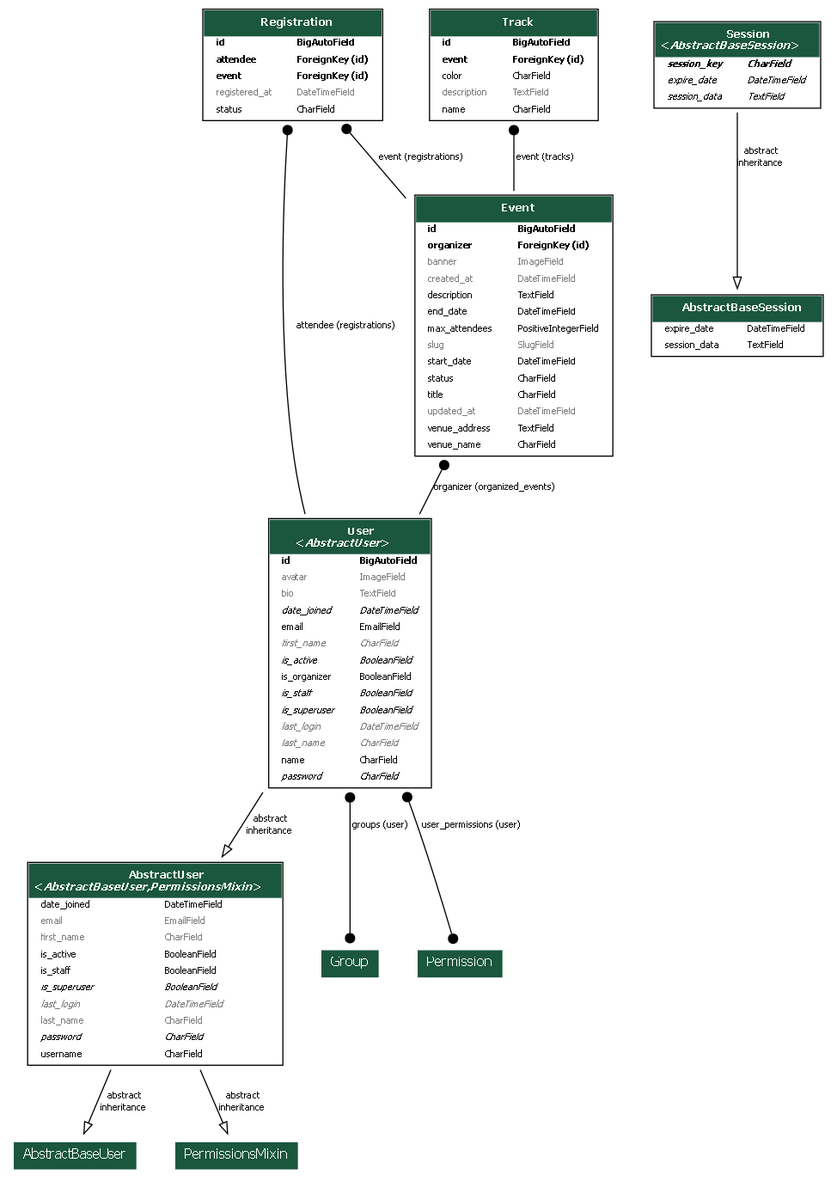
Earlier version of the Graphviz export docs/erd.png (SkyRavenS1lver/django_technical_test). Its source is kept beside it as docs/erd.dot. The source it was exported from:
```dot
digraph model_graph {

  fontname = "Roboto"
  fontsize = 8
  splines  = true
  rankdir = "TB"


  node [
    fontname = "Roboto"
    fontsize = 8
    shape = "plaintext"
  ]

  edge [
    fontname = "Roboto"
    fontsize = 8
  ]



  django_contrib_auth_models_AbstractUser [label=<
    <TABLE BGCOLOR="white" BORDER="1" CELLBORDER="0" CELLSPACING="0">
    <TR><TD COLSPAN="2" CELLPADDING="5" ALIGN="CENTER" BGCOLOR="#1b563f">
    <FONT FACE="Roboto" COLOR="white" POINT-SIZE="10"><B>
    AbstractUser<BR/>&lt;<FONT FACE="Roboto"><I>AbstractBaseUser,PermissionsMixin</I></FONT>&gt;
    </B></FONT></TD></TR>


    <TR><TD ALIGN="LEFT" BORDER="0">
    <FONT FACE="Roboto">date_joined</FONT>
    </TD><TD ALIGN="LEFT">
    <FONT FACE="Roboto">DateTimeField</FONT>
    </TD></TR>



    <TR><TD ALIGN="LEFT" BORDER="0">
    <FONT COLOR="#7B7B7B" FACE="Roboto">email</FONT>
    </TD><TD ALIGN="LEFT">
    <FONT COLOR="#7B7B7B" FACE="Roboto">EmailField</FONT>
    </TD></TR>



    <TR><TD ALIGN="LEFT" BORDER="0">
    <FONT COLOR="#7B7B7B" FACE="Roboto">first_name</FONT>
    </TD><TD ALIGN="LEFT">
    <FONT COLOR="#7B7B7B" FACE="Roboto">CharField</FONT>
    </TD></TR>



    <TR><TD ALIGN="LEFT" BORDER="0">
    <FONT FACE="Roboto">is_active</FONT>
    </TD><TD ALIGN="LEFT">
    <FONT FACE="Roboto">BooleanField</FONT>
    </TD></TR>



    <TR><TD ALIGN="LEFT" BORDER="0">
    <FONT FACE="Roboto">is_staff</FONT>
    </TD><TD ALIGN="LEFT">
    <FONT FACE="Roboto">BooleanField</FONT>
    </TD></TR>



    <TR><TD ALIGN="LEFT" BORDER="0">
    <FONT FACE="Roboto"><I>is_superuser</I></FONT>
    </TD><TD ALIGN="LEFT">
    <FONT FACE="Roboto"><I>BooleanField</I></FONT>
    </TD></TR>



    <TR><TD ALIGN="LEFT" BORDER="0">
    <FONT COLOR="#7B7B7B" FACE="Roboto"><I>last_login</I></FONT>
    </TD><TD ALIGN="LEFT">
    <FONT COLOR="#7B7B7B" FACE="Roboto"><I>DateTimeField</I></FONT>
    </TD></TR>



    <TR><TD ALIGN="LEFT" BORDER="0">
    <FONT COLOR="#7B7B7B" FACE="Roboto">last_name</FONT>
    </TD><TD ALIGN="LEFT">
    <FONT COLOR="#7B7B7B" FACE="Roboto">CharField</FONT>
    </TD></TR>



    <TR><TD ALIGN="LEFT" BORDER="0">
    <FONT FACE="Roboto"><I>password</I></FONT>
    </TD><TD ALIGN="LEFT">
    <FONT FACE="Roboto"><I>CharField</I></FONT>
    </TD></TR>



    <TR><TD ALIGN="LEFT" BORDER="0">
    <FONT FACE="Roboto">username</FONT>
    </TD><TD ALIGN="LEFT">
    <FONT FACE="Roboto">CharField</FONT>
    </TD></TR>


    </TABLE>
    >]

  app_accounts_models_User [label=<
    <TABLE BGCOLOR="white" BORDER="1" CELLBORDER="0" CELLSPACING="0">
    <TR><TD COLSPAN="2" CELLPADDING="5" ALIGN="CENTER" BGCOLOR="#1b563f">
    <FONT FACE="Roboto" COLOR="white" POINT-SIZE="10"><B>
    User<BR/>&lt;<FONT FACE="Roboto"><I>AbstractUser</I></FONT>&gt;
    </B></FONT></TD></TR>


    <TR><TD ALIGN="LEFT" BORDER="0">
    <FONT FACE="Roboto"><B>id</B></FONT>
    </TD><TD ALIGN="LEFT">
    <FONT FACE="Roboto"><B>BigAutoField</B></FONT>
    </TD></TR>



    <TR><TD ALIGN="LEFT" BORDER="0">
    <FONT COLOR="#7B7B7B" FACE="Roboto">avatar</FONT>
    </TD><TD ALIGN="LEFT">
    <FONT COLOR="#7B7B7B" FACE="Roboto">ImageField</FONT>
    </TD></TR>



    <TR><TD ALIGN="LEFT" BORDER="0">
    <FONT COLOR="#7B7B7B" FACE="Roboto">bio</FONT>
    </TD><TD ALIGN="LEFT">
    <FONT COLOR="#7B7B7B" FACE="Roboto">TextField</FONT>
    </TD></TR>



    <TR><TD ALIGN="LEFT" BORDER="0">
    <FONT FACE="Roboto"><I>date_joined</I></FONT>
    </TD><TD ALIGN="LEFT">
    <FONT FACE="Roboto"><I>DateTimeField</I></FONT>
    </TD></TR>



    <TR><TD ALIGN="LEFT" BORDER="0">
    <FONT FACE="Roboto">email</FONT>
    </TD><TD ALIGN="LEFT">
    <FONT FACE="Roboto">EmailField</FONT>
    </TD></TR>



    <TR><TD ALIGN="LEFT" BORDER="0">
    <FONT COLOR="#7B7B7B" FACE="Roboto"><I>first_name</I></FONT>
    </TD><TD ALIGN="LEFT">
    <FONT COLOR="#7B7B7B" FACE="Roboto"><I>CharField</I></FONT>
    </TD></TR>



    <TR><TD ALIGN="LEFT" BORDER="0">
    <FONT FACE="Roboto"><I>is_active</I></FONT>
    </TD><TD ALIGN="LEFT">
    <FONT FACE="Roboto"><I>BooleanField</I></FONT>
    </TD></TR>



    <TR><TD ALIGN="LEFT" BORDER="0">
    <FONT FACE="Roboto">is_organizer</FONT>
    </TD><TD ALIGN="LEFT">
    <FONT FACE="Roboto">BooleanField</FONT>
    </TD></TR>



    <TR><TD ALIGN="LEFT" BORDER="0">
    <FONT FACE="Roboto"><I>is_staff</I></FONT>
    </TD><TD ALIGN="LEFT">
    <FONT FACE="Roboto"><I>BooleanField</I></FONT>
    </TD></TR>



    <TR><TD ALIGN="LEFT" BORDER="0">
    <FONT FACE="Roboto"><I>is_superuser</I></FONT>
    </TD><TD ALIGN="LEFT">
    <FONT FACE="Roboto"><I>BooleanField</I></FONT>
    </TD></TR>



    <TR><TD ALIGN="LEFT" BORDER="0">
    <FONT COLOR="#7B7B7B" FACE="Roboto"><I>last_login</I></FONT>
    </TD><TD ALIGN="LEFT">
    <FONT COLOR="#7B7B7B" FACE="Roboto"><I>DateTimeField</I></FONT>
    </TD></TR>



    <TR><TD ALIGN="LEFT" BORDER="0">
    <FONT COLOR="#7B7B7B" FACE="Roboto"><I>last_name</I></FONT>
    </TD><TD ALIGN="LEFT">
    <FONT COLOR="#7B7B7B" FACE="Roboto"><I>CharField</I></FONT>
    </TD></TR>



    <TR><TD ALIGN="LEFT" BORDER="0">
    <FONT FACE="Roboto">name</FONT>
    </TD><TD ALIGN="LEFT">
    <FONT FACE="Roboto">CharField</FONT>
    </TD></TR>



    <TR><TD ALIGN="LEFT" BORDER="0">
    <FONT FACE="Roboto"><I>password</I></FONT>
    </TD><TD ALIGN="LEFT">
    <FONT FACE="Roboto"><I>CharField</I></FONT>
    </TD></TR>


    </TABLE>
    >]




  app_events_models_Event [label=<
    <TABLE BGCOLOR="white" BORDER="1" CELLBORDER="0" CELLSPACING="0">
    <TR><TD COLSPAN="2" CELLPADDING="5" ALIGN="CENTER" BGCOLOR="#1b563f">
    <FONT FACE="Roboto" COLOR="white" POINT-SIZE="10"><B>
    Event
    </B></FONT></TD></TR>


    <TR><TD ALIGN="LEFT" BORDER="0">
    <FONT FACE="Roboto"><B>id</B></FONT>
    </TD><TD ALIGN="LEFT">
    <FONT FACE="Roboto"><B>BigAutoField</B></FONT>
    </TD></TR>



    <TR><TD ALIGN="LEFT" BORDER="0">
    <FONT FACE="Roboto"><B>organizer</B></FONT>
    </TD><TD ALIGN="LEFT">
    <FONT FACE="Roboto"><B>ForeignKey (id)</B></FONT>
    </TD></TR>



    <TR><TD ALIGN="LEFT" BORDER="0">
    <FONT COLOR="#7B7B7B" FACE="Roboto">banner</FONT>
    </TD><TD ALIGN="LEFT">
    <FONT COLOR="#7B7B7B" FACE="Roboto">ImageField</FONT>
    </TD></TR>



    <TR><TD ALIGN="LEFT" BORDER="0">
    <FONT COLOR="#7B7B7B" FACE="Roboto">created_at</FONT>
    </TD><TD ALIGN="LEFT">
    <FONT COLOR="#7B7B7B" FACE="Roboto">DateTimeField</FONT>
    </TD></TR>



    <TR><TD ALIGN="LEFT" BORDER="0">
    <FONT FACE="Roboto">description</FONT>
    </TD><TD ALIGN="LEFT">
    <FONT FACE="Roboto">TextField</FONT>
    </TD></TR>



    <TR><TD ALIGN="LEFT" BORDER="0">
    <FONT FACE="Roboto">end_date</FONT>
    </TD><TD ALIGN="LEFT">
    <FONT FACE="Roboto">DateTimeField</FONT>
    </TD></TR>



    <TR><TD ALIGN="LEFT" BORDER="0">
    <FONT FACE="Roboto">max_attendees</FONT>
    </TD><TD ALIGN="LEFT">
    <FONT FACE="Roboto">PositiveIntegerField</FONT>
    </TD></TR>



    <TR><TD ALIGN="LEFT" BORDER="0">
    <FONT COLOR="#7B7B7B" FACE="Roboto">slug</FONT>
    </TD><TD ALIGN="LEFT">
    <FONT COLOR="#7B7B7B" FACE="Roboto">SlugField</FONT>
    </TD></TR>



    <TR><TD ALIGN="LEFT" BORDER="0">
    <FONT FACE="Roboto">start_date</FONT>
    </TD><TD ALIGN="LEFT">
    <FONT FACE="Roboto">DateTimeField</FONT>
    </TD></TR>



    <TR><TD ALIGN="LEFT" BORDER="0">
    <FONT FACE="Roboto">status</FONT>
    </TD><TD ALIGN="LEFT">
    <FONT FACE="Roboto">CharField</FONT>
    </TD></TR>



    <TR><TD ALIGN="LEFT" BORDER="0">
    <FONT FACE="Roboto">title</FONT>
    </TD><TD ALIGN="LEFT">
    <FONT FACE="Roboto">CharField</FONT>
    </TD></TR>



    <TR><TD ALIGN="LEFT" BORDER="0">
    <FONT COLOR="#7B7B7B" FACE="Roboto">updated_at</FONT>
    </TD><TD ALIGN="LEFT">
    <FONT COLOR="#7B7B7B" FACE="Roboto">DateTimeField</FONT>
    </TD></TR>



    <TR><TD ALIGN="LEFT" BORDER="0">
    <FONT FACE="Roboto">venue_address</FONT>
    </TD><TD ALIGN="LEFT">
    <FONT FACE="Roboto">TextField</FONT>
    </TD></TR>



    <TR><TD ALIGN="LEFT" BORDER="0">
    <FONT FACE="Roboto">venue_name</FONT>
    </TD><TD ALIGN="LEFT">
    <FONT FACE="Roboto">CharField</FONT>
    </TD></TR>


    </TABLE>
    >]




  app_registrations_models_Registration [label=<
    <TABLE BGCOLOR="white" BORDER="1" CELLBORDER="0" CELLSPACING="0">
    <TR><TD COLSPAN="2" CELLPADDING="5" ALIGN="CENTER" BGCOLOR="#1b563f">
    <FONT FACE="Roboto" COLOR="white" POINT-SIZE="10"><B>
    Registration
    </B></FONT></TD></TR>


    <TR><TD ALIGN="LEFT" BORDER="0">
    <FONT FACE="Roboto"><B>id</B></FONT>
    </TD><TD ALIGN="LEFT">
    <FONT FACE="Roboto"><B>BigAutoField</B></FONT>
    </TD></TR>



    <TR><TD ALIGN="LEFT" BORDER="0">
    <FONT FACE="Roboto"><B>attendee</B></FONT>
    </TD><TD ALIGN="LEFT">
    <FONT FACE="Roboto"><B>ForeignKey (id)</B></FONT>
    </TD></TR>



    <TR><TD ALIGN="LEFT" BORDER="0">
    <FONT FACE="Roboto"><B>event</B></FONT>
    </TD><TD ALIGN="LEFT">
    <FONT FACE="Roboto"><B>ForeignKey (id)</B></FONT>
    </TD></TR>



    <TR><TD ALIGN="LEFT" BORDER="0">
    <FONT COLOR="#7B7B7B" FACE="Roboto">registered_at</FONT>
    </TD><TD ALIGN="LEFT">
    <FONT COLOR="#7B7B7B" FACE="Roboto">DateTimeField</FONT>
    </TD></TR>



    <TR><TD ALIGN="LEFT" BORDER="0">
    <FONT FACE="Roboto">status</FONT>
    </TD><TD ALIGN="LEFT">
    <FONT FACE="Roboto">CharField</FONT>
    </TD></TR>


    </TABLE>
    >]




  django_contrib_sessions_base_session_AbstractBaseSession [label=<
    <TABLE BGCOLOR="white" BORDER="1" CELLBORDER="0" CELLSPACING="0">
    <TR><TD COLSPAN="2" CELLPADDING="5" ALIGN="CENTER" BGCOLOR="#1b563f">
    <FONT FACE="Roboto" COLOR="white" POINT-SIZE="10"><B>
    AbstractBaseSession
    </B></FONT></TD></TR>


    <TR><TD ALIGN="LEFT" BORDER="0">
    <FONT FACE="Roboto">expire_date</FONT>
    </TD><TD ALIGN="LEFT">
    <FONT FACE="Roboto">DateTimeField</FONT>
    </TD></TR>



    <TR><TD ALIGN="LEFT" BORDER="0">
    <FONT FACE="Roboto">session_data</FONT>
    </TD><TD ALIGN="LEFT">
    <FONT FACE="Roboto">TextField</FONT>
    </TD></TR>


    </TABLE>
    >]

  django_contrib_sessions_models_Session [label=<
    <TABLE BGCOLOR="white" BORDER="1" CELLBORDER="0" CELLSPACING="0">
    <TR><TD COLSPAN="2" CELLPADDING="5" ALIGN="CENTER" BGCOLOR="#1b563f">
    <FONT FACE="Roboto" COLOR="white" POINT-SIZE="10"><B>
    Session<BR/>&lt;<FONT FACE="Roboto"><I>AbstractBaseSession</I></FONT>&gt;
    </B></FONT></TD></TR>


    <TR><TD ALIGN="LEFT" BORDER="0">
    <FONT FACE="Roboto"><I><B>session_key</B></I></FONT>
    </TD><TD ALIGN="LEFT">
    <FONT FACE="Roboto"><I><B>CharField</B></I></FONT>
    </TD></TR>



    <TR><TD ALIGN="LEFT" BORDER="0">
    <FONT FACE="Roboto"><I>expire_date</I></FONT>
    </TD><TD ALIGN="LEFT">
    <FONT FACE="Roboto"><I>DateTimeField</I></FONT>
    </TD></TR>



    <TR><TD ALIGN="LEFT" BORDER="0">
    <FONT FACE="Roboto"><I>session_data</I></FONT>
    </TD><TD ALIGN="LEFT">
    <FONT FACE="Roboto"><I>TextField</I></FONT>
    </TD></TR>


    </TABLE>
    >]




  app_tracks_models_Track [label=<
    <TABLE BGCOLOR="white" BORDER="1" CELLBORDER="0" CELLSPACING="0">
    <TR><TD COLSPAN="2" CELLPADDING="5" ALIGN="CENTER" BGCOLOR="#1b563f">
    <FONT FACE="Roboto" COLOR="white" POINT-SIZE="10"><B>
    Track
    </B></FONT></TD></TR>


    <TR><TD ALIGN="LEFT" BORDER="0">
    <FONT FACE="Roboto"><B>id</B></FONT>
    </TD><TD ALIGN="LEFT">
    <FONT FACE="Roboto"><B>BigAutoField</B></FONT>
    </TD></TR>



    <TR><TD ALIGN="LEFT" BORDER="0">
    <FONT FACE="Roboto"><B>event</B></FONT>
    </TD><TD ALIGN="LEFT">
    <FONT FACE="Roboto"><B>ForeignKey (id)</B></FONT>
    </TD></TR>



    <TR><TD ALIGN="LEFT" BORDER="0">
    <FONT FACE="Roboto">color</FONT>
    </TD><TD ALIGN="LEFT">
    <FONT FACE="Roboto">CharField</FONT>
    </TD></TR>



    <TR><TD ALIGN="LEFT" BORDER="0">
    <FONT COLOR="#7B7B7B" FACE="Roboto">description</FONT>
    </TD><TD ALIGN="LEFT">
    <FONT COLOR="#7B7B7B" FACE="Roboto">TextField</FONT>
    </TD></TR>



    <TR><TD ALIGN="LEFT" BORDER="0">
    <FONT FACE="Roboto">name</FONT>
    </TD><TD ALIGN="LEFT">
    <FONT FACE="Roboto">CharField</FONT>
    </TD></TR>


    </TABLE>
    >]




  django_contrib_auth_base_user_AbstractBaseUser [label=<
  <TABLE BGCOLOR="white" BORDER="0" CELLBORDER="0" CELLSPACING="0">
  <TR><TD COLSPAN="2" CELLPADDING="4" ALIGN="CENTER" BGCOLOR="#1b563f">
  <FONT FACE="Roboto" POINT-SIZE="12" COLOR="white">AbstractBaseUser</FONT>
  </TD></TR>
  </TABLE>
  >]
  django_contrib_auth_models_AbstractUser -> django_contrib_auth_base_user_AbstractBaseUser
  [label=" abstract\ninheritance"] [arrowhead=empty, arrowtail=none, dir=both];
  django_contrib_auth_models_PermissionsMixin [label=<
  <TABLE BGCOLOR="white" BORDER="0" CELLBORDER="0" CELLSPACING="0">
  <TR><TD COLSPAN="2" CELLPADDING="4" ALIGN="CENTER" BGCOLOR="#1b563f">
  <FONT FACE="Roboto" POINT-SIZE="12" COLOR="white">PermissionsMixin</FONT>
  </TD></TR>
  </TABLE>
  >]
  django_contrib_auth_models_AbstractUser -> django_contrib_auth_models_PermissionsMixin
  [label=" abstract\ninheritance"] [arrowhead=empty, arrowtail=none, dir=both];
  django_contrib_auth_models_Group [label=<
  <TABLE BGCOLOR="white" BORDER="0" CELLBORDER="0" CELLSPACING="0">
  <TR><TD COLSPAN="2" CELLPADDING="4" ALIGN="CENTER" BGCOLOR="#1b563f">
  <FONT FACE="Roboto" POINT-SIZE="12" COLOR="white">Group</FONT>
  </TD></TR>
  </TABLE>
  >]
  app_accounts_models_User -> django_contrib_auth_models_Group
  [label=" groups (user)"] [arrowhead=dot arrowtail=dot, dir=both];
  django_contrib_auth_models_Permission [label=<
  <TABLE BGCOLOR="white" BORDER="0" CELLBORDER="0" CELLSPACING="0">
  <TR><TD COLSPAN="2" CELLPADDING="4" ALIGN="CENTER" BGCOLOR="#1b563f">
  <FONT FACE="Roboto" POINT-SIZE="12" COLOR="white">Permission</FONT>
  </TD></TR>
  </TABLE>
  >]
  app_accounts_models_User -> django_contrib_auth_models_Permission
  [label=" user_permissions (user)"] [arrowhead=dot arrowtail=dot, dir=both];

  app_accounts_models_User -> django_contrib_auth_models_AbstractUser
  [label=" abstract\ninheritance"] [arrowhead=empty, arrowtail=none, dir=both];


  app_events_models_Event -> app_accounts_models_User
  [label=" organizer (organized_events)"] [arrowhead=none, arrowtail=dot, dir=both];


  app_registrations_models_Registration -> app_accounts_models_User
  [label=" attendee (registrations)"] [arrowhead=none, arrowtail=dot, dir=both];

  app_registrations_models_Registration -> app_events_models_Event
  [label=" event (registrations)"] [arrowhead=none, arrowtail=dot, dir=both];


  django_contrib_sessions_models_Session -> django_contrib_sessions_base_session_AbstractBaseSession
  [label=" abstract\ninheritance"] [arrowhead=empty, arrowtail=none, dir=both];


  app_tracks_models_Track -> app_events_models_Event
  [label=" event (tracks)"] [arrowhead=none, arrowtail=dot, dir=both];


}
```
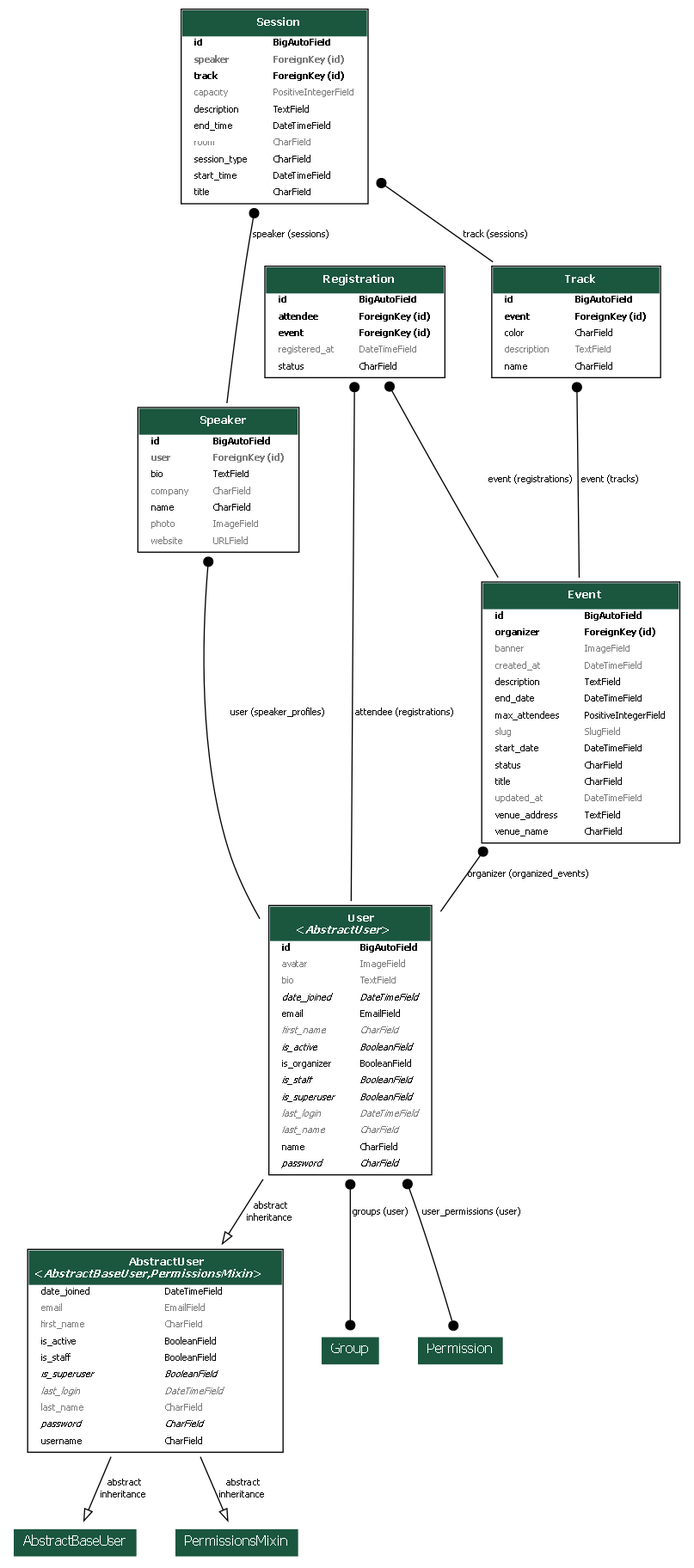
The same file after the commit.

Commit message:
docs: fix ERD to include speaker and session models caused by naming issue for event_session considered as django.contrib.sessions

Diff of the diagram source:
```diff
@@ -412,16 +412,122 @@
 
 
 
-  django_contrib_sessions_base_session_AbstractBaseSession [label=<
+  app_sessions_models_Speaker [label=<
     <TABLE BGCOLOR="white" BORDER="1" CELLBORDER="0" CELLSPACING="0">
     <TR><TD COLSPAN="2" CELLPADDING="5" ALIGN="CENTER" BGCOLOR="#1b563f">
     <FONT FACE="Roboto" COLOR="white" POINT-SIZE="10"><B>
-    AbstractBaseSession
+    Speaker
     </B></FONT></TD></TR>
 
 
     <TR><TD ALIGN="LEFT" BORDER="0">
-    <FONT FACE="Roboto">expire_date</FONT>
+    <FONT FACE="Roboto"><B>id</B></FONT>
+    </TD><TD ALIGN="LEFT">
+    <FONT FACE="Roboto"><B>BigAutoField</B></FONT>
+    </TD></TR>
+
+
+
+    <TR><TD ALIGN="LEFT" BORDER="0">
+    <FONT COLOR="#7B7B7B" FACE="Roboto"><B>user</B></FONT>
+    </TD><TD ALIGN="LEFT">
+    <FONT COLOR="#7B7B7B" FACE="Roboto"><B>ForeignKey (id)</B></FONT>
+    </TD></TR>
+
+
+
+    <TR><TD ALIGN="LEFT" BORDER="0">
+    <FONT FACE="Roboto">bio</FONT>
+    </TD><TD ALIGN="LEFT">
+    <FONT FACE="Roboto">TextField</FONT>
+    </TD></TR>
+
+
+
+    <TR><TD ALIGN="LEFT" BORDER="0">
+    <FONT COLOR="#7B7B7B" FACE="Roboto">company</FONT>
+    </TD><TD ALIGN="LEFT">
+    <FONT COLOR="#7B7B7B" FACE="Roboto">CharField</FONT>
+    </TD></TR>
+
+
+
+    <TR><TD ALIGN="LEFT" BORDER="0">
+    <FONT FACE="Roboto">name</FONT>
+    </TD><TD ALIGN="LEFT">
+    <FONT FACE="Roboto">CharField</FONT>
+    </TD></TR>
+
+
+
+    <TR><TD ALIGN="LEFT" BORDER="0">
+    <FONT COLOR="#7B7B7B" FACE="Roboto">photo</FONT>
+    </TD><TD ALIGN="LEFT">
+    <FONT COLOR="#7B7B7B" FACE="Roboto">ImageField</FONT>
+    </TD></TR>
+
+
+
+    <TR><TD ALIGN="LEFT" BORDER="0">
+    <FONT COLOR="#7B7B7B" FACE="Roboto">website</FONT>
+    </TD><TD ALIGN="LEFT">
+    <FONT COLOR="#7B7B7B" FACE="Roboto">URLField</FONT>
+    </TD></TR>
+
+
+    </TABLE>
+    >]
+
+  app_sessions_models_Session [label=<
+    <TABLE BGCOLOR="white" BORDER="1" CELLBORDER="0" CELLSPACING="0">
+    <TR><TD COLSPAN="2" CELLPADDING="5" ALIGN="CENTER" BGCOLOR="#1b563f">
+    <FONT FACE="Roboto" COLOR="white" POINT-SIZE="10"><B>
+    Session
+    </B></FONT></TD></TR>
+
+
+    <TR><TD ALIGN="LEFT" BORDER="0">
+    <FONT FACE="Roboto"><B>id</B></FONT>
+    </TD><TD ALIGN="LEFT">
+    <FONT FACE="Roboto"><B>BigAutoField</B></FONT>
+    </TD></TR>
+
+
+
+    <TR><TD ALIGN="LEFT" BORDER="0">
+    <FONT COLOR="#7B7B7B" FACE="Roboto"><B>speaker</B></FONT>
+    </TD><TD ALIGN="LEFT">
+    <FONT COLOR="#7B7B7B" FACE="Roboto"><B>ForeignKey (id)</B></FONT>
+    </TD></TR>
+
+
+
+    <TR><TD ALIGN="LEFT" BORDER="0">
+    <FONT FACE="Roboto"><B>track</B></FONT>
+    </TD><TD ALIGN="LEFT">
+    <FONT FACE="Roboto"><B>ForeignKey (id)</B></FONT>
+    </TD></TR>
+
+
+
+    <TR><TD ALIGN="LEFT" BORDER="0">
+    <FONT COLOR="#7B7B7B" FACE="Roboto">capacity</FONT>
+    </TD><TD ALIGN="LEFT">
+    <FONT COLOR="#7B7B7B" FACE="Roboto">PositiveIntegerField</FONT>
+    </TD></TR>
+
+
+
+    <TR><TD ALIGN="LEFT" BORDER="0">
+    <FONT FACE="Roboto">description</FONT>
+    </TD><TD ALIGN="LEFT">
+    <FONT FACE="Roboto">TextField</FONT>
+    </TD></TR>
+
+
+
+    <TR><TD ALIGN="LEFT" BORDER="0">
+    <FONT FACE="Roboto">end_time</FONT>
     </TD><TD ALIGN="LEFT">
     <FONT FACE="Roboto">DateTimeField</FONT>
     </TD></TR>
@@ -429,43 +535,33 @@
 
 
     <TR><TD ALIGN="LEFT" BORDER="0">
-    <FONT FACE="Roboto">session_data</FONT>
+    <FONT COLOR="#7B7B7B" FACE="Roboto">room</FONT>
     </TD><TD ALIGN="LEFT">
-    <FONT FACE="Roboto">TextField</FONT>
-    </TD></TR>
-
-
-    </TABLE>
-    >]
-
-  django_contrib_sessions_models_Session [label=<
-    <TABLE BGCOLOR="white" BORDER="1" CELLBORDER="0" CELLSPACING="0">
-    <TR><TD COLSPAN="2" CELLPADDING="5" ALIGN="CENTER" BGCOLOR="#1b563f">
-    <FONT FACE="Roboto" COLOR="white" POINT-SIZE="10"><B>
-    Session<BR/>&lt;<FONT FACE="Roboto"><I>AbstractBaseSession</I></FONT>&gt;
-    </B></FONT></TD></TR>
-
-
-    <TR><TD ALIGN="LEFT" BORDER="0">
-    <FONT FACE="Roboto"><I><B>session_key</B></I></FONT>
-    </TD><TD ALIGN="LEFT">
-    <FONT FACE="Roboto"><I><B>CharField</B></I></FONT>
+    <FONT COLOR="#7B7B7B" FACE="Roboto">CharField</FONT>
     </TD></TR>
 
 
 
     <TR><TD ALIGN="LEFT" BORDER="0">
-    <FONT FACE="Roboto"><I>expire_date</I></FONT>
+    <FONT FACE="Roboto">session_type</FONT>
     </TD><TD ALIGN="LEFT">
-    <FONT FACE="Roboto"><I>DateTimeField</I></FONT>
+    <FONT FACE="Roboto">CharField</FONT>
     </TD></TR>
 
 
 
     <TR><TD ALIGN="LEFT" BORDER="0">
-    <FONT FACE="Roboto"><I>session_data</I></FONT>
+    <FONT FACE="Roboto">start_time</FONT>
     </TD><TD ALIGN="LEFT">
-    <FONT FACE="Roboto"><I>TextField</I></FONT>
+    <FONT FACE="Roboto">DateTimeField</FONT>
+    </TD></TR>
+
+
+
+    <TR><TD ALIGN="LEFT" BORDER="0">
+    <FONT FACE="Roboto">title</FONT>
+    </TD><TD ALIGN="LEFT">
+    <FONT FACE="Roboto">CharField</FONT>
     </TD></TR>
 
 
@@ -580,8 +676,14 @@
   [label=" event (registrations)"] [arrowhead=none, arrowtail=dot, dir=both];
 
 
-  django_contrib_sessions_models_Session -> django_contrib_sessions_base_session_AbstractBaseSession
-  [label=" abstract\ninheritance"] [arrowhead=empty, arrowtail=none, dir=both];
+  app_sessions_models_Speaker -> app_accounts_models_User
+  [label=" user (speaker_profiles)"] [arrowhead=none, arrowtail=dot, dir=both];
+
+  app_sessions_models_Session -> app_tracks_models_Track
+  [label=" track (sessions)"] [arrowhead=none, arrowtail=dot, dir=both];
+
+  app_sessions_models_Session -> app_sessions_models_Speaker
+  [label=" speaker (sessions)"] [arrowhead=none, arrowtail=dot, dir=both];
 
 
   app_tracks_models_Track -> app_events_models_Event
```
